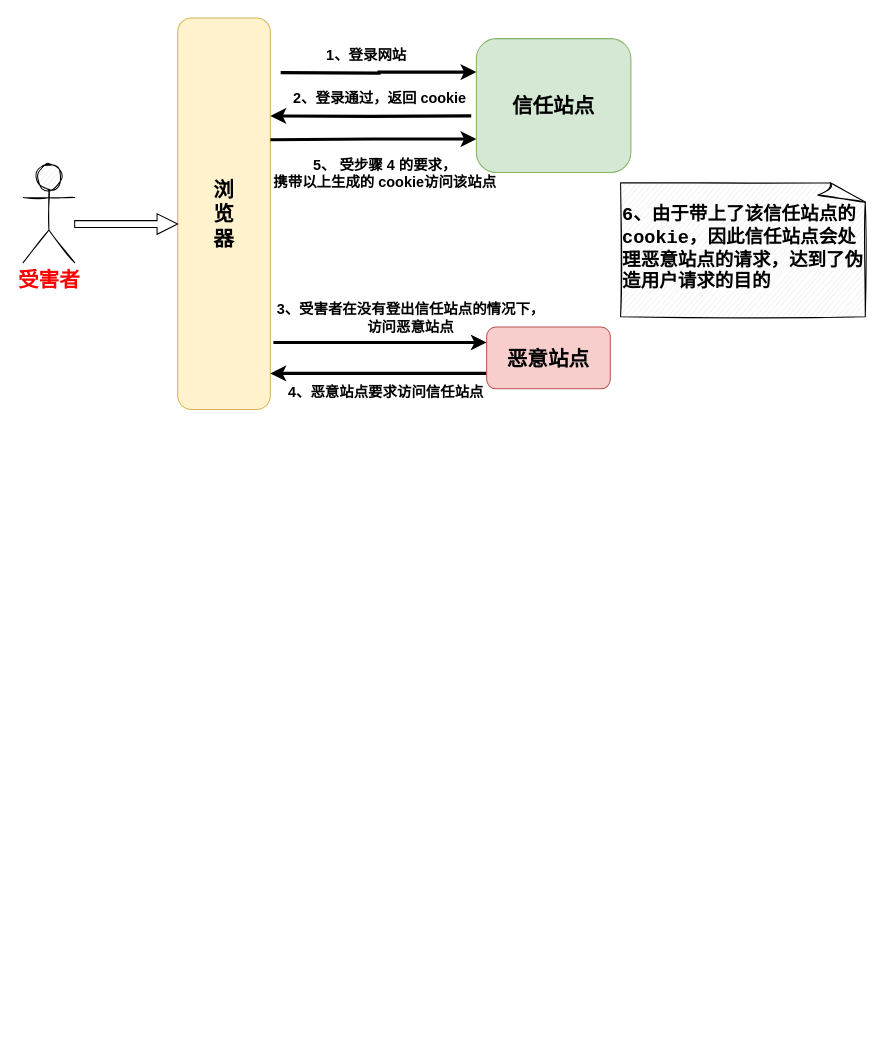
Above: web 攻击.drawio in C-wx/MindManager (draw.io), before the change. Source tidied: cells renumbered, new cells numbered last; positions are measured from the earlier drawing's top-left corner, leaving out a move shared by most shapes. Both pictures are drawn from the tidied source at 103%, with x=0, y=0 at pixel (23, 18).
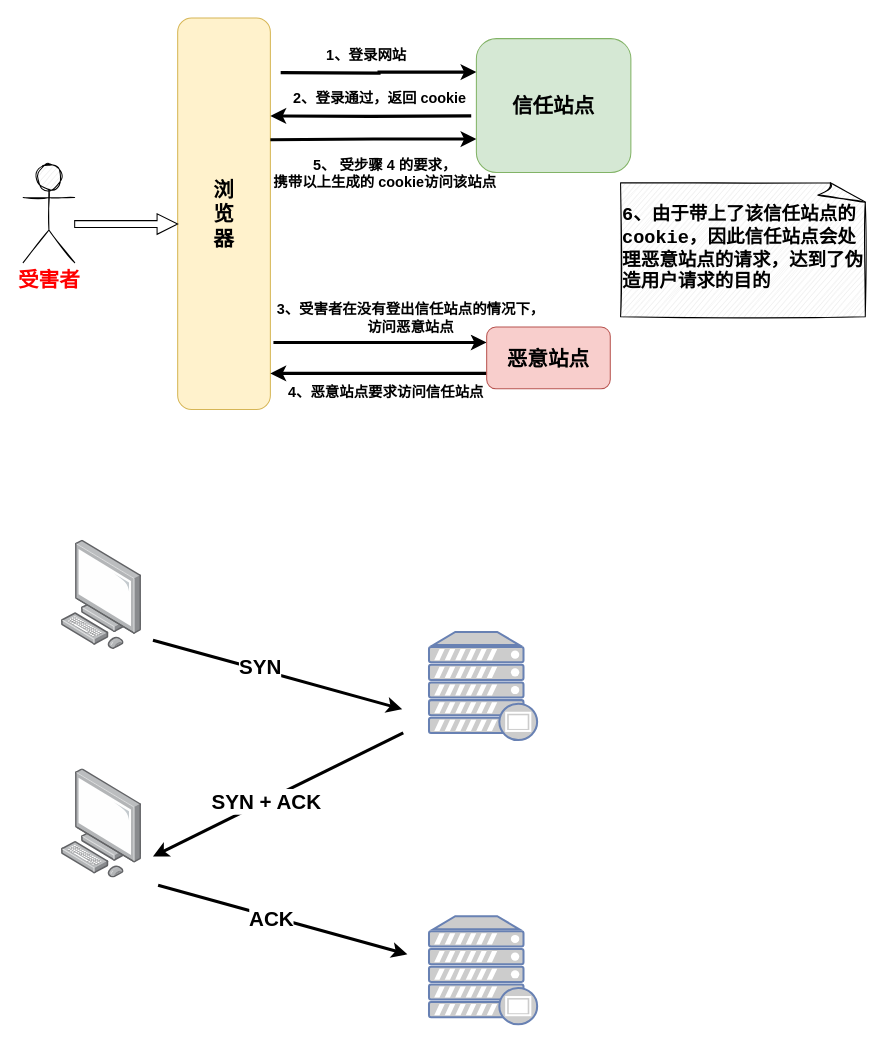
The same diagram, later.

The edit, as a diff of the source:
```diff
@@
+    <mxCell id="18" style="html=1;align=center;shadow=0;dashed=0;image;image=img/lib/allied_telesis/computer_and_terminals/Personal_Computer.svg;fontSize=17;" parent="1" vertex="1">
+      <mxGeometry x="37" y="507" width="78.2" height="106" as="geometry" />
+    </mxCell>
+    <mxCell id="19" style="fontColor=#0066CC;verticalAlign=top;verticalLabelPosition=bottom;labelPosition=center;align=center;html=1;fillColor=#CCCCCC;strokeColor=#6881B3;gradientColor=none;gradientDirection=north;strokeWidth=2;shape=mxgraph.networks.proxy_server;fontSize=17;" parent="1" vertex="1">
+      <mxGeometry x="394" y="596" width="105" height="105" as="geometry" />
+    </mxCell>
+    <mxCell id="20" style="html=1;align=center;shadow=0;dashed=0;image;image=img/lib/allied_telesis/computer_and_terminals/Personal_Computer.svg;fontSize=17;" parent="1" vertex="1">
+      <mxGeometry x="37" y="729" width="78.2" height="106" as="geometry" />
+    </mxCell>
+    <mxCell id="21" style="fontColor=#0066CC;verticalAlign=top;verticalLabelPosition=bottom;labelPosition=center;align=center;html=1;fillColor=#CCCCCC;strokeColor=#6881B3;gradientColor=none;gradientDirection=north;strokeWidth=2;shape=mxgraph.networks.proxy_server;fontSize=17;" parent="1" vertex="1">
+      <mxGeometry x="394" y="872" width="105" height="105" as="geometry" />
+    </mxCell>
+    <mxCell id="22" style="endArrow=classic;html=1;fontSize=17;strokeWidth=3;" parent="1" edge="1">
+      <mxGeometry relative="1" as="geometry">
+        <mxPoint x="126" y="604" as="sourcePoint" />
+        <mxPoint x="368" y="671" as="targetPoint" />
+      </mxGeometry>
+    </mxCell>
+    <mxCell id="23" value="&lt;b&gt;&lt;font style=&quot;font-size: 20px&quot;&gt;SYN&lt;/font&gt;&lt;/b&gt;" style="edgeLabel;html=1;align=center;verticalAlign=middle;fontSize=17;" parent="22" vertex="1">
+      <mxGeometry x="-0.29" y="-5" relative="1" as="geometry">
+        <mxPoint x="19" y="-3" as="offset" />
+      </mxGeometry>
+    </mxCell>
+    <mxCell id="24" style="endArrow=classic;html=1;fontSize=17;strokeWidth=3;" parent="1" edge="1">
+      <mxGeometry relative="1" as="geometry">
+        <mxPoint x="131" y="842" as="sourcePoint" />
+        <mxPoint x="373" y="909" as="targetPoint" />
+      </mxGeometry>
+    </mxCell>
+    <mxCell id="25" value="&lt;b&gt;&lt;font style=&quot;font-size: 20px&quot;&gt;ACK&lt;/font&gt;&lt;/b&gt;" style="edgeLabel;html=1;align=center;verticalAlign=middle;fontSize=17;" parent="24" vertex="1">
+      <mxGeometry x="-0.26" relative="1" as="geometry">
+        <mxPoint x="20" y="8" as="offset" />
+      </mxGeometry>
+    </mxCell>
+    <mxCell id="26" style="endArrow=classic;html=1;fontSize=17;strokeWidth=3;" parent="1" edge="1">
+      <mxGeometry relative="1" as="geometry">
+        <mxPoint x="369" y="694" as="sourcePoint" />
+        <mxPoint x="126" y="814" as="targetPoint" />
+      </mxGeometry>
+    </mxCell>
+    <mxCell id="27" value="&lt;b&gt;&lt;font style=&quot;font-size: 20px&quot;&gt;SYN + ACK&lt;/font&gt;&lt;/b&gt;" style="edgeLabel;html=1;align=center;verticalAlign=middle;fontSize=17;" parent="26" vertex="1">
+      <mxGeometry x="0.16" y="-3" relative="1" as="geometry">
+        <mxPoint x="9" as="offset" />
+      </mxGeometry>
+    </mxCell>
```
